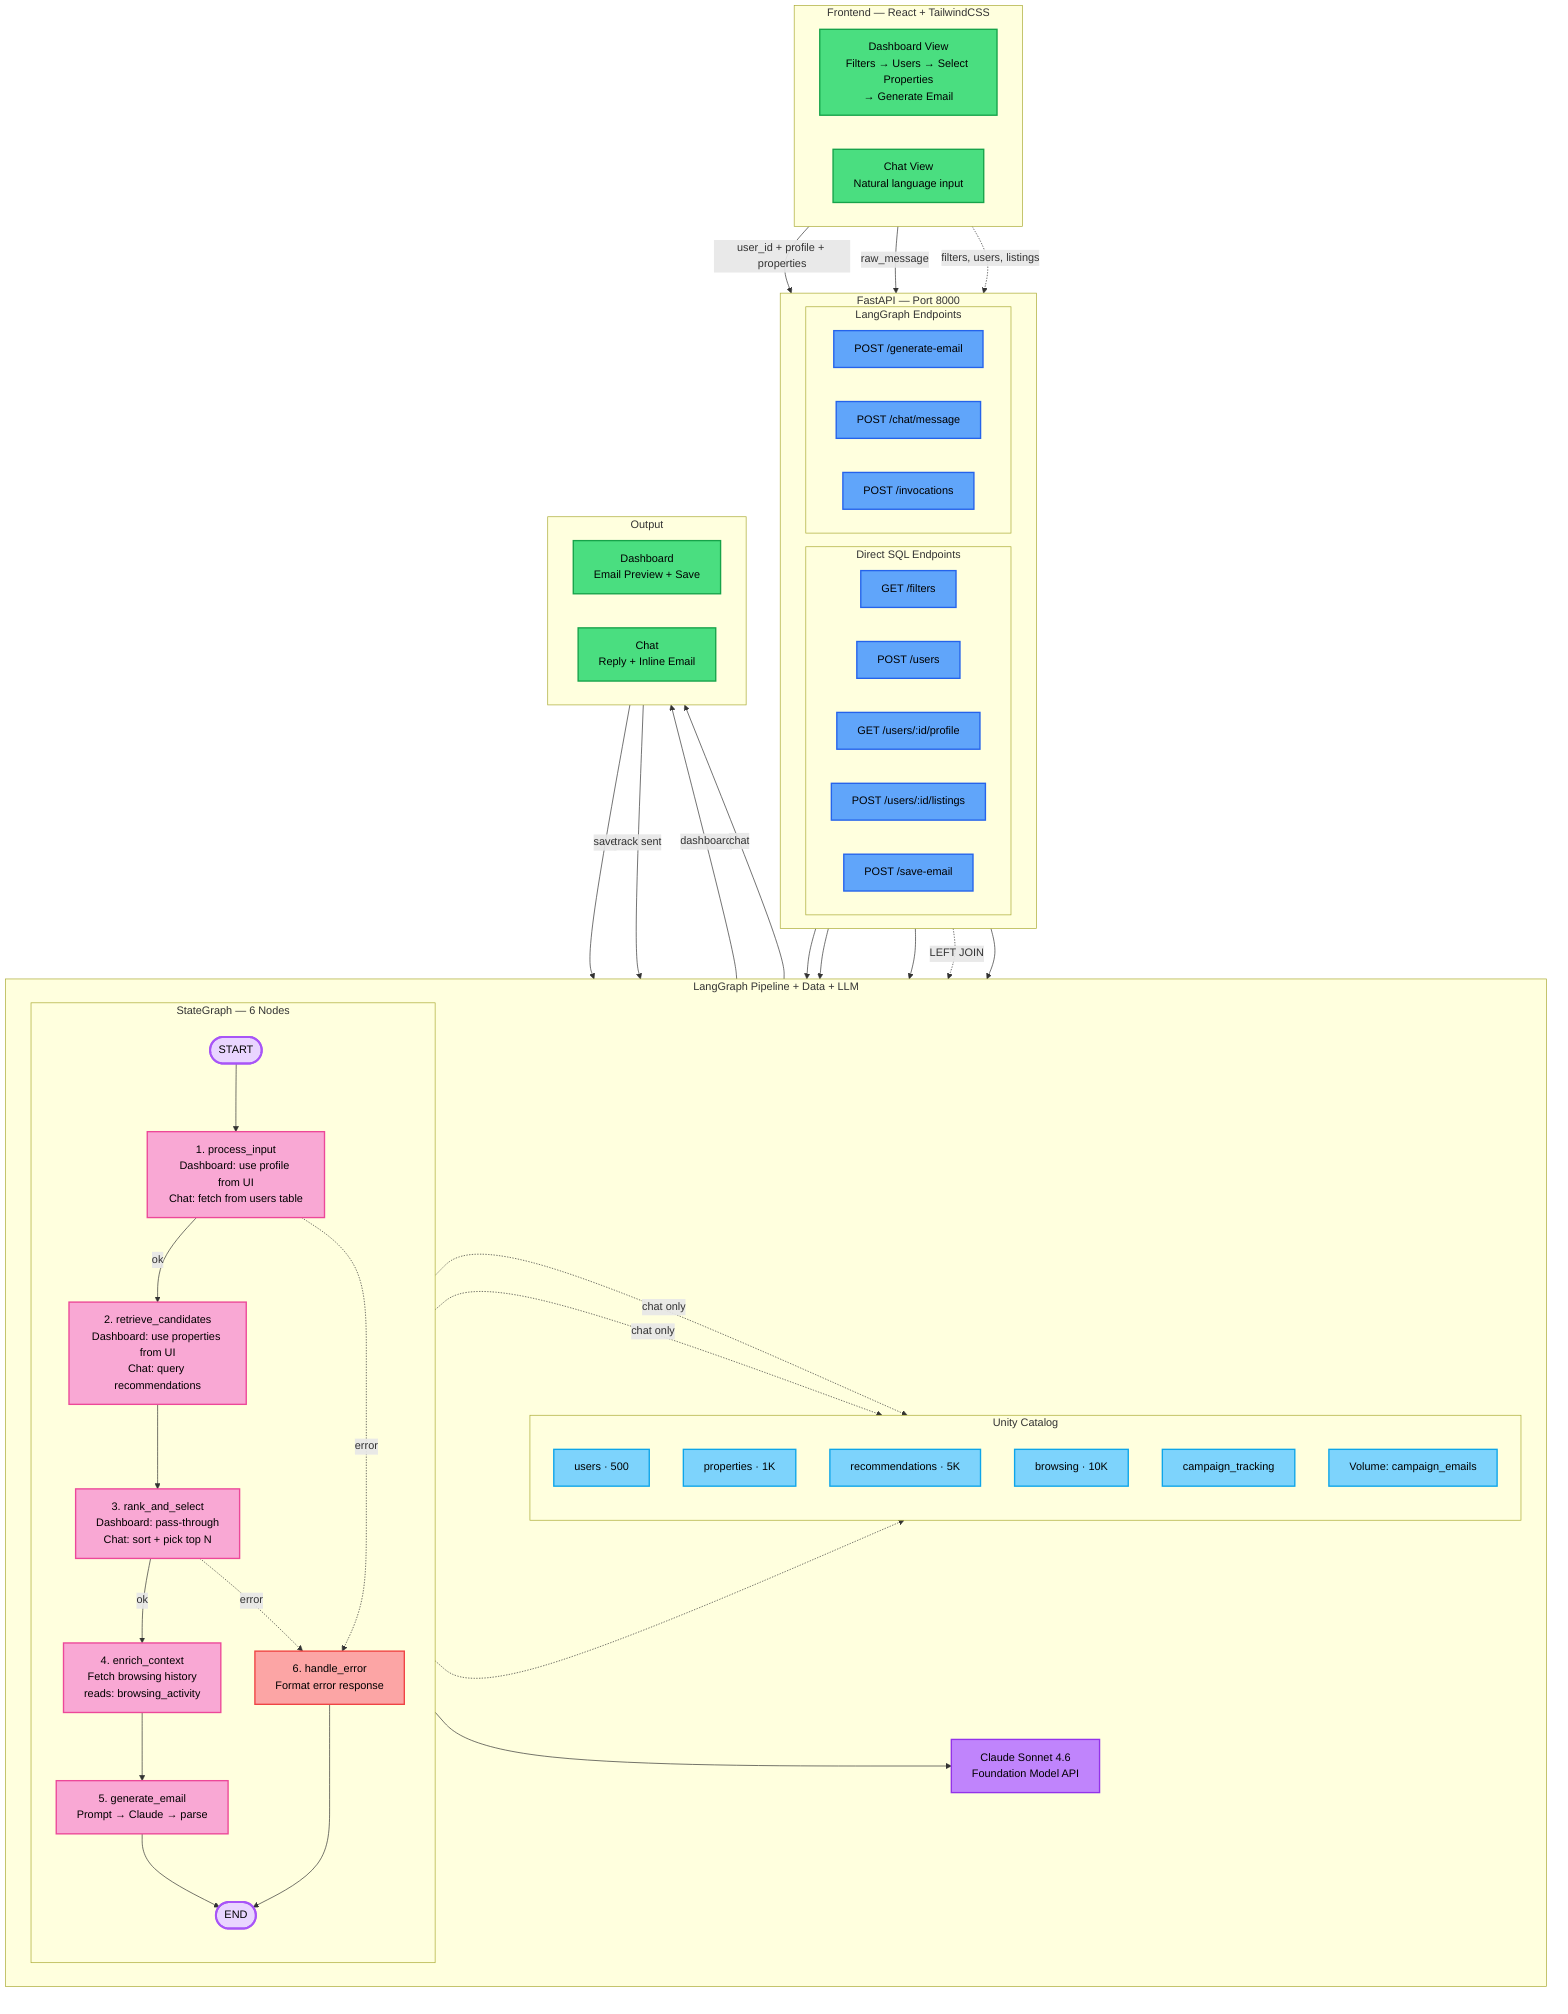
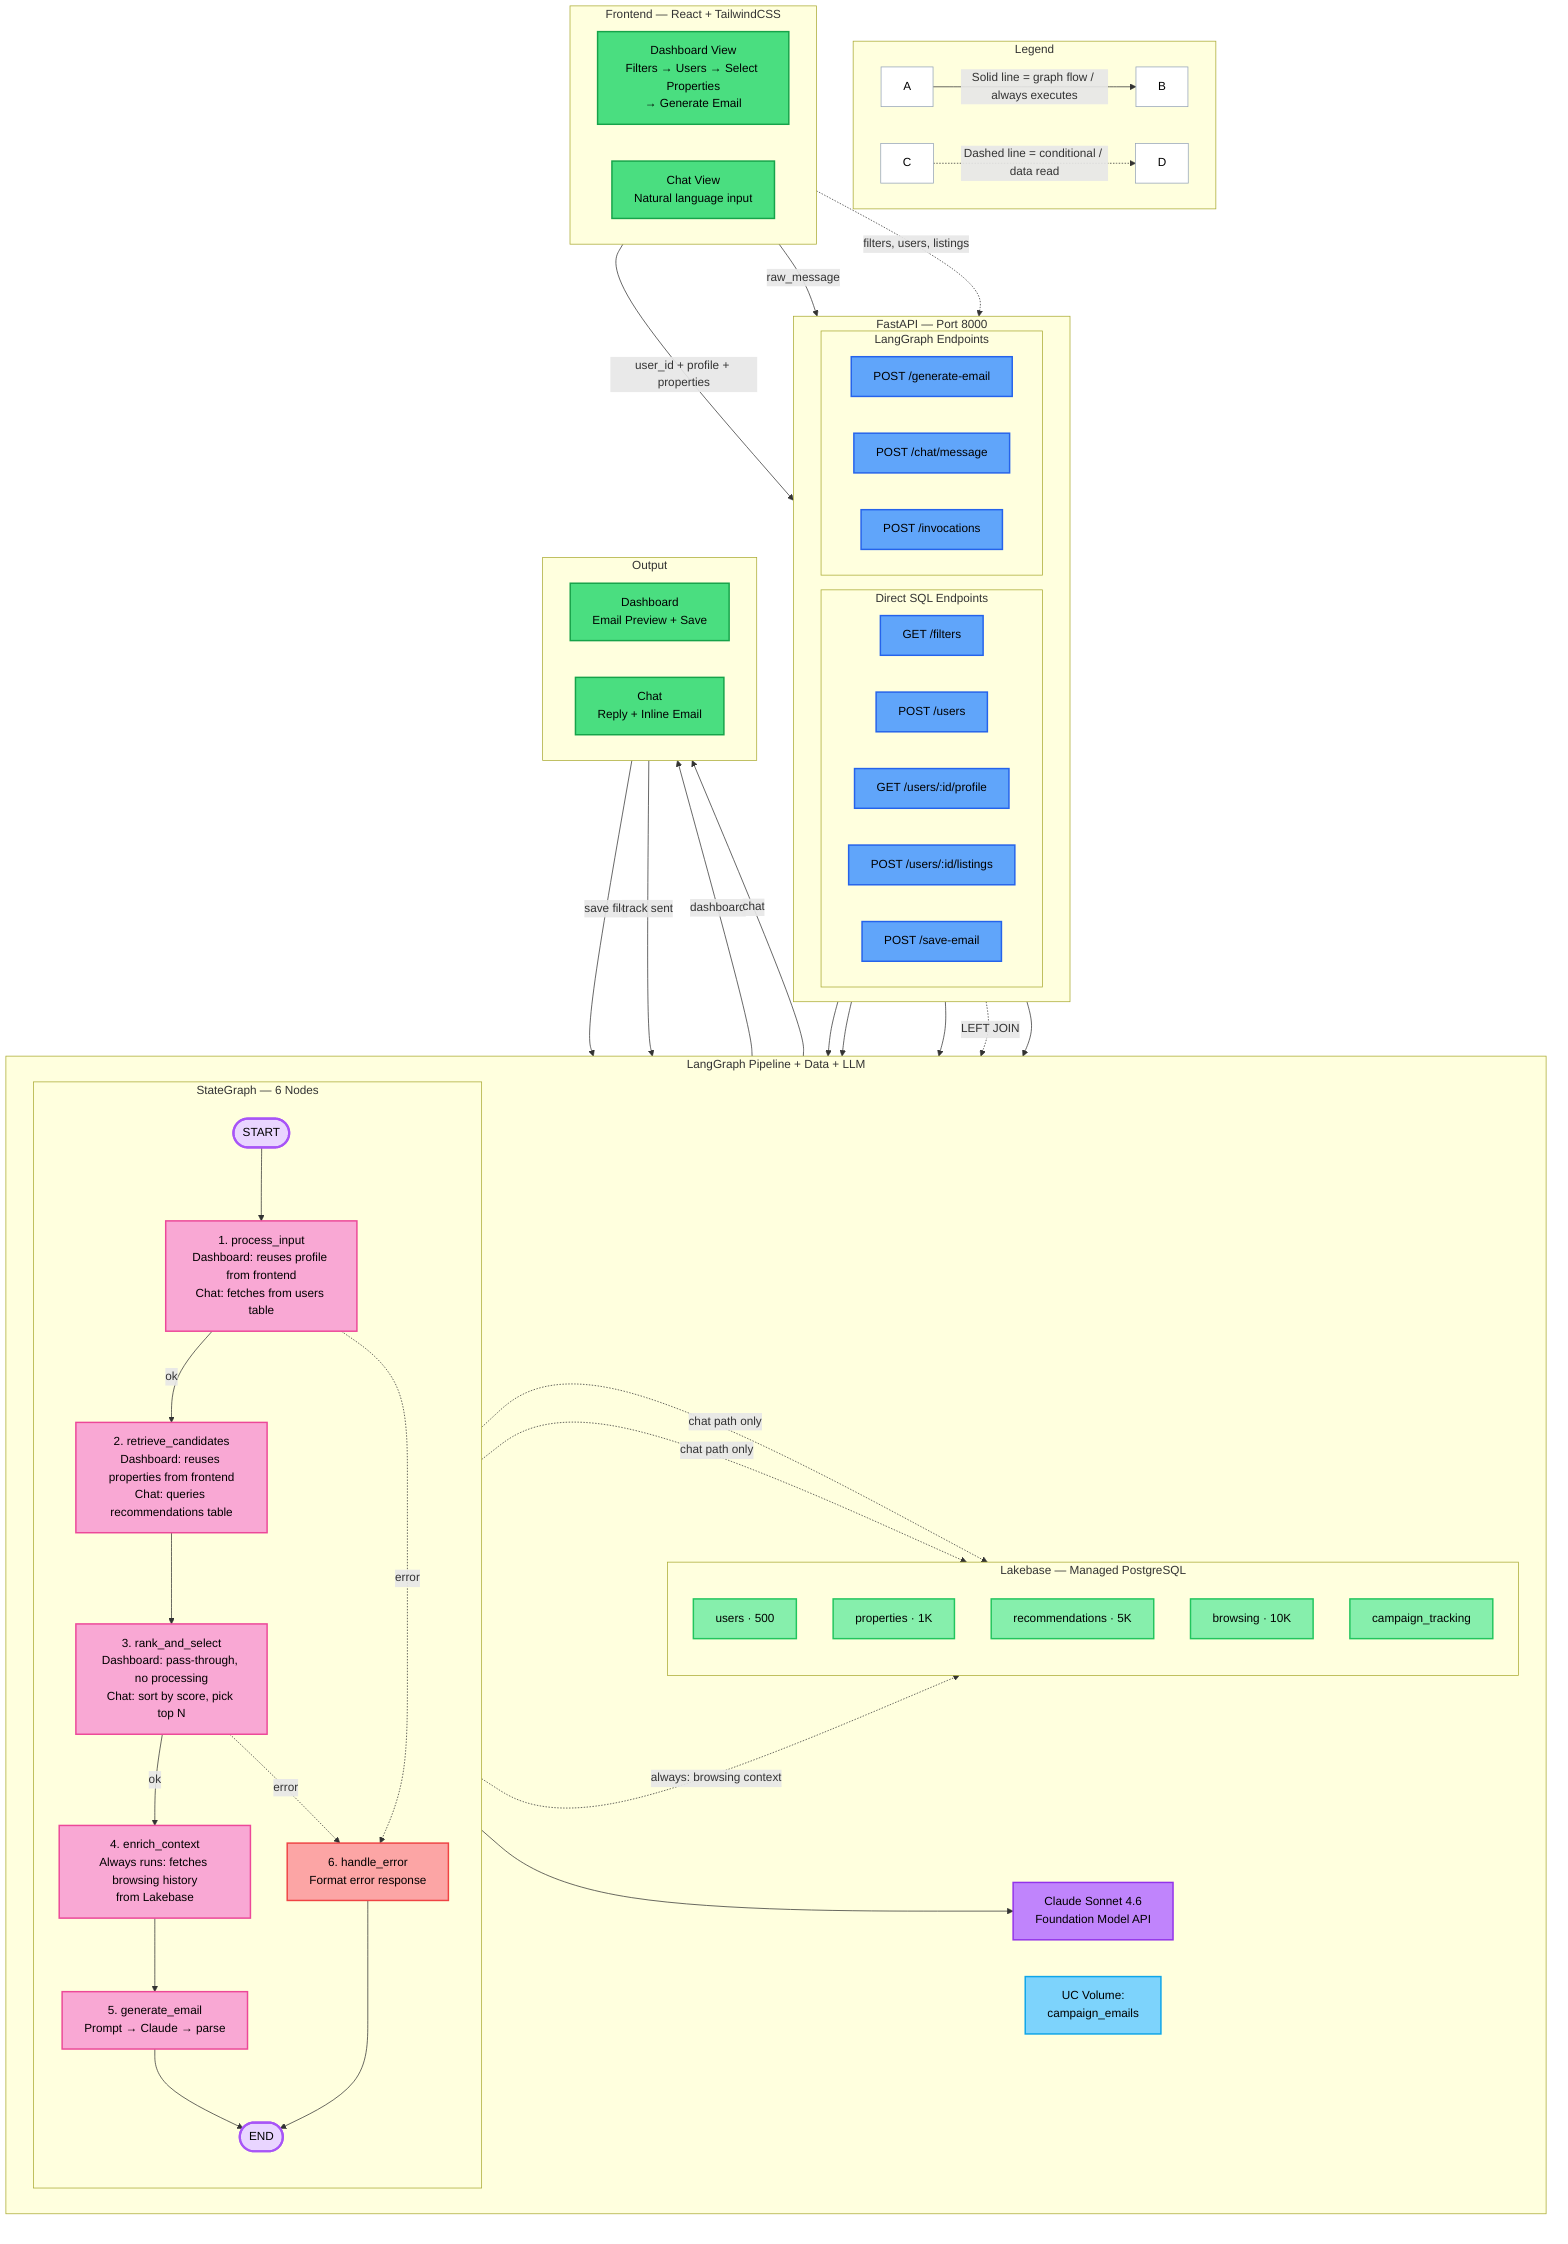
flowchart TD
    classDef ui fill:#4ade80,stroke:#16a34a,stroke-width:2px,color:#000
    classDef api fill:#60a5fa,stroke:#2563eb,stroke-width:2px,color:#000
    classDef gn fill:#f9a8d4,stroke:#ec4899,stroke-width:2px,color:#000
    classDef er fill:#fca5a5,stroke:#ef4444,stroke-width:2px,color:#000
    classDef llm fill:#c084fc,stroke:#9333ea,stroke-width:2px,color:#000
    classDef db fill:#7dd3fc,stroke:#0ea5e9,stroke-width:2px,color:#000
+     classDef lb fill:#86efac,stroke:#22c55e,stroke-width:2px,color:#000
    classDef pt fill:#e9d5ff,stroke:#a855f7,stroke-width:3px,color:#000
+     classDef legend fill:#fff,stroke:#94a3b8,stroke-width:1px,color:#000
+ 
+     %% ── Legend ──
+     subgraph LEG["Legend"]
+         direction LR
+         L1["A"]:::legend -->|"Solid line = graph flow / always executes"| L2["B"]:::legend
+         L3["C"]:::legend -.->|"Dashed line = conditional / data read"| L4["D"]:::legend
+     end

    %% ── Frontend ──
    subgraph FE["Frontend — React + TailwindCSS"]
        direction LR
        D["Dashboard View<br/>Filters → Users → Select Properties<br/>→ Generate Email"]:::ui
        C["Chat View<br/>Natural language input"]:::ui
    end

    %% ── REST API ──
    subgraph API["FastAPI — Port 8000"]
        direction LR
        subgraph SQL_EP["Direct SQL Endpoints"]
            A1["GET /filters"]:::api
            A2["POST /users"]:::api
            A3["GET /users/:id/profile"]:::api
            A4["POST /users/:id/listings"]:::api
            A5["POST /save-email"]:::api
        end
        subgraph LG_EP["LangGraph Endpoints"]
            G1["POST /generate-email"]:::api
            G2["POST /chat/message"]:::api
            G3["POST /invocations"]:::api
        end
    end

    %% ── LangGraph + Data + LLM (single layer) ──
    subgraph CORE["LangGraph Pipeline + Data + LLM"]
        direction LR

        subgraph LG["StateGraph — 6 Nodes"]
            direction TB
            S(["START"]):::pt
-             P1["1. process_input<br/>Dashboard: use profile from UI<br/>Chat: fetch from users table"]:::gn
-             P2["2. retrieve_candidates<br/>Dashboard: use properties from UI<br/>Chat: query recommendations"]:::gn
-             P3["3. rank_and_select<br/>Dashboard: pass-through<br/>Chat: sort + pick top N"]:::gn
-             P4["4. enrich_context<br/>Fetch browsing history<br/>reads: browsing_activity"]:::gn
+             P1["1. process_input<br/>Dashboard: reuses profile from frontend<br/>Chat: fetches from users table"]:::gn
+             P2["2. retrieve_candidates<br/>Dashboard: reuses properties from frontend<br/>Chat: queries recommendations table"]:::gn
+             P3["3. rank_and_select<br/>Dashboard: pass-through, no processing<br/>Chat: sort by score, pick top N"]:::gn
+             P4["4. enrich_context<br/>Always runs: fetches browsing history<br/>from Lakebase"]:::gn
            P5["5. generate_email<br/>Prompt → Claude → parse"]:::gn
            ERR["6. handle_error<br/>Format error response"]:::er
            EN(["END"]):::pt

            S --> P1
            P1 -->|ok| P2
            P1 -.->|error| ERR
            P2 --> P3
            P3 -->|ok| P4
            P3 -.->|error| ERR
            P4 --> P5
            P5 --> EN
            ERR --> EN
        end

        LLM["Claude Sonnet 4.6<br/>Foundation Model API"]:::llm

-         subgraph UC["Unity Catalog"]
+         subgraph LB_DB["Lakebase — Managed PostgreSQL"]
            direction TB
-             T1["users · 500"]:::db
-             T2["properties · 1K"]:::db
-             T3["recommendations · 5K"]:::db
-             T4["browsing · 10K"]:::db
-             T5["campaign_tracking"]:::db
-             VOL["Volume: campaign_emails"]:::db
+             T1["users · 500"]:::lb
+             T2["properties · 1K"]:::lb
+             T3["recommendations · 5K"]:::lb
+             T4["browsing · 10K"]:::lb
+             T5["campaign_tracking"]:::lb
        end
+ 
+         VOL["UC Volume:<br/>campaign_emails"]:::db
    end

    %% ── Output ──
    subgraph OUT["Output"]
        direction LR
        O1["Dashboard<br/>Email Preview + Save"]:::ui
        O2["Chat<br/>Reply + Inline Email"]:::ui
    end

    %% ── Vertical flow ──
    D -->|"user_id + profile + properties"| G1
    D -.->|"filters, users, listings"| SQL_EP
    C -->|"raw_message"| G2
    G1 & G2 & G3 --> S
    P5 --> LLM
-     SQL_EP --> UC
+     SQL_EP --> LB_DB
    EN -->|dashboard| O1
    EN -->|chat| O2
-     O1 -->|save| VOL
+     O1 -->|save file| VOL
    O1 -->|"track sent"| T5

-     %% ── Data reads (chat path only for P1, P2) ──
-     P1 -.->|"chat only"| T1
-     P2 -.->|"chat only"| T3
-     P4 -.-> T4
+     %% ── Data reads ──
+     P1 -.->|"chat path only"| T1
+     P2 -.->|"chat path only"| T3
+     P4 -.->|"always: browsing context"| T4
    A4 -.->|"LEFT JOIN"| T5
